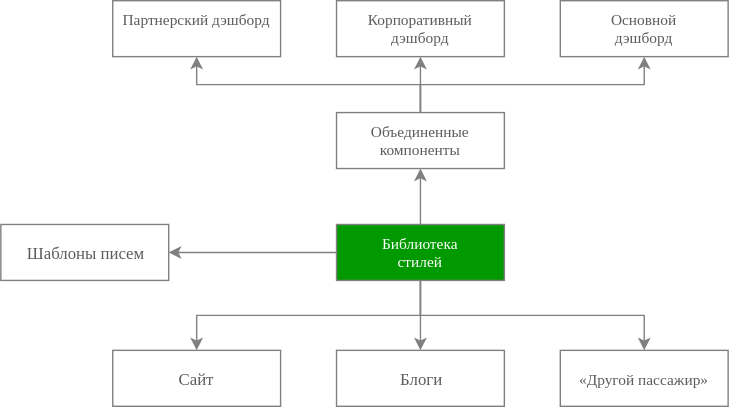
ajile/draw-io keeps this draw.io diagram as abubaca.svg. Above is the earlier version. Source tidied: cells renumbered, new cells last; positions are measured from the earlier drawing's top-left corner, leaving out a move shared by most shapes. The source it was exported from:
```xml
<mxGraphModel background="#ffffff">
  <root>
    <mxCell id="0" />
    <mxCell id="1" parent="0" />
    <mxCell id="2" value="Сайт&lt;br&gt;" style="rounded=0;whiteSpace=wrap;html=1;shadow=0;strokeColor=#808080;strokeWidth=1;fillColor=#ffffff;gradientColor=none;fontFamily=Verdana;fontSize=12;fontColor=#5C5C5C;align=center;" parent="1" vertex="1">
      <mxGeometry x="80" y="250" width="120" height="40" as="geometry" />
    </mxCell>
    <mxCell id="3" value="Блоги&lt;br&gt;" style="rounded=0;whiteSpace=wrap;html=1;shadow=0;strokeColor=#808080;strokeWidth=1;fillColor=#ffffff;gradientColor=none;fontFamily=Verdana;fontSize=12;fontColor=#5C5C5C;align=center;" parent="1" vertex="1">
      <mxGeometry x="240" y="250" width="120" height="40" as="geometry" />
    </mxCell>
    <mxCell id="4" value="«Другой пассажир»&lt;br style=&quot;font-size: 11px;&quot;&gt;" style="rounded=0;whiteSpace=wrap;html=1;shadow=0;strokeColor=#808080;strokeWidth=1;fillColor=#ffffff;gradientColor=none;fontFamily=Verdana;fontSize=11;fontColor=#5C5C5C;align=center;" parent="1" vertex="1">
      <mxGeometry x="400" y="250" width="120" height="40" as="geometry" />
    </mxCell>
    <mxCell id="5" value="Партнерский дэшборд&lt;br style=&quot;font-size: 11px&quot;&gt;" style="rounded=0;whiteSpace=wrap;html=1;shadow=0;strokeColor=#808080;strokeWidth=1;fillColor=#ffffff;gradientColor=none;fontFamily=Verdana;fontSize=11;fontColor=#5C5C5C;align=center;" parent="1" vertex="1">
      <mxGeometry x="80" width="120" height="40" as="geometry" />
    </mxCell>
    <mxCell id="6" value="Корпоративный дэшборд&lt;br style=&quot;font-size: 11px&quot;&gt;" style="rounded=0;whiteSpace=wrap;html=1;shadow=0;strokeColor=#808080;strokeWidth=1;fillColor=#ffffff;gradientColor=none;fontFamily=Verdana;fontSize=11;fontColor=#5C5C5C;align=center;" parent="1" vertex="1">
      <mxGeometry x="240" width="120" height="40" as="geometry" />
    </mxCell>
    <mxCell id="7" value="Основной&lt;br&gt;дэшборд&lt;br style=&quot;font-size: 11px&quot;&gt;" style="rounded=0;whiteSpace=wrap;html=1;shadow=0;strokeColor=#808080;strokeWidth=1;fillColor=#ffffff;gradientColor=none;fontFamily=Verdana;fontSize=11;fontColor=#5C5C5C;align=center;" parent="1" vertex="1">
      <mxGeometry x="400" width="120" height="40" as="geometry" />
    </mxCell>
    <mxCell id="8" style="edgeStyle=orthogonalEdgeStyle;rounded=0;html=1;entryX=0.5;entryY=1;labelBackgroundColor=none;startArrow=none;startFill=0;endArrow=classic;endFill=1;jettySize=auto;strokeColor=#808080;strokeWidth=1;fontFamily=Verdana;fontSize=11;fontColor=#FFFFFF;exitX=0.5;exitY=0;" parent="1" edge="1" source="11" target="5">
      <mxGeometry relative="1" as="geometry" />
    </mxCell>
    <mxCell id="9" style="edgeStyle=orthogonalEdgeStyle;rounded=0;html=1;labelBackgroundColor=none;startArrow=none;startFill=0;endArrow=classic;endFill=1;jettySize=auto;strokeColor=#808080;strokeWidth=1;fontFamily=Verdana;fontSize=11;fontColor=#FFFFFF;" parent="1" edge="1" source="11" target="6">
      <mxGeometry relative="1" as="geometry" />
    </mxCell>
    <mxCell id="10" style="edgeStyle=orthogonalEdgeStyle;rounded=0;html=1;labelBackgroundColor=none;startArrow=none;startFill=0;endArrow=classic;endFill=1;jettySize=auto;strokeColor=#808080;strokeWidth=1;fontFamily=Verdana;fontSize=11;fontColor=#FFFFFF;exitX=0.5;exitY=0;" parent="1" edge="1" source="11" target="7">
      <mxGeometry relative="1" as="geometry" />
    </mxCell>
    <mxCell id="11" value="Объединенные компоненты&lt;br style=&quot;font-size: 11px&quot;&gt;" style="rounded=0;whiteSpace=wrap;html=1;shadow=0;strokeColor=#808080;strokeWidth=1;fillColor=#ffffff;gradientColor=none;fontFamily=Verdana;fontSize=11;fontColor=#5C5C5C;align=center;" parent="1" vertex="1">
      <mxGeometry x="240" y="80" width="120" height="40" as="geometry" />
    </mxCell>
    <mxCell id="12" style="edgeStyle=orthogonalEdgeStyle;rounded=0;html=1;labelBackgroundColor=none;startArrow=none;startFill=0;endArrow=classic;endFill=1;jettySize=auto;strokeColor=#808080;strokeWidth=1;fontFamily=Verdana;fontSize=11;fontColor=#FFFFFF;" parent="1" edge="1" source="17" target="11">
      <mxGeometry relative="1" as="geometry" />
    </mxCell>
    <mxCell id="13" style="edgeStyle=orthogonalEdgeStyle;rounded=0;html=1;entryX=0.5;entryY=0;labelBackgroundColor=none;startArrow=none;startFill=0;endArrow=classic;endFill=1;jettySize=auto;strokeColor=#808080;strokeWidth=1;fontFamily=Verdana;fontSize=11;fontColor=#FFFFFF;exitX=0.5;exitY=1;" parent="1" edge="1" source="17" target="4">
      <mxGeometry relative="1" as="geometry" />
    </mxCell>
    <mxCell id="14" style="edgeStyle=orthogonalEdgeStyle;rounded=0;html=1;labelBackgroundColor=none;startArrow=none;startFill=0;endArrow=classic;endFill=1;jettySize=auto;strokeColor=#808080;strokeWidth=1;fontFamily=Verdana;fontSize=11;fontColor=#FFFFFF;" parent="1" edge="1" source="17" target="3">
      <mxGeometry relative="1" as="geometry" />
    </mxCell>
    <mxCell id="15" style="edgeStyle=orthogonalEdgeStyle;rounded=0;html=1;labelBackgroundColor=none;startArrow=none;startFill=0;endArrow=classic;endFill=1;jettySize=auto;strokeColor=#808080;strokeWidth=1;fontFamily=Verdana;fontSize=11;fontColor=#FFFFFF;exitX=0.5;exitY=1;" parent="1" edge="1" source="17" target="2">
      <mxGeometry relative="1" as="geometry" />
    </mxCell>
    <mxCell id="16" style="edgeStyle=orthogonalEdgeStyle;rounded=0;html=1;entryX=1;entryY=0.5;labelBackgroundColor=none;startArrow=none;startFill=0;endArrow=classic;endFill=1;jettySize=auto;strokeColor=#808080;strokeWidth=1;fontFamily=Verdana;fontSize=11;fontColor=#FFFFFF;" parent="1" edge="1" source="17" target="18">
      <mxGeometry relative="1" as="geometry" />
    </mxCell>
    <mxCell id="17" value="Библиотека&lt;br&gt;стилей&lt;br style=&quot;font-size: 11px&quot;&gt;" style="rounded=0;whiteSpace=wrap;html=1;shadow=0;strokeColor=#808080;strokeWidth=1;fillColor=#009900;gradientColor=none;fontFamily=Verdana;fontSize=11;fontColor=#FFFFFF;align=center;" parent="1" vertex="1">
      <mxGeometry x="240" y="160" width="120" height="40" as="geometry" />
    </mxCell>
    <mxCell id="18" value="Шаблоны писем&lt;br&gt;" style="rounded=0;whiteSpace=wrap;html=1;shadow=0;strokeColor=#808080;strokeWidth=1;fillColor=#ffffff;gradientColor=none;fontFamily=Verdana;fontSize=12;fontColor=#5C5C5C;align=center;" parent="1" vertex="1">
      <mxGeometry y="160" width="120" height="40" as="geometry" />
    </mxCell>
  </root>
</mxGraphModel>
```
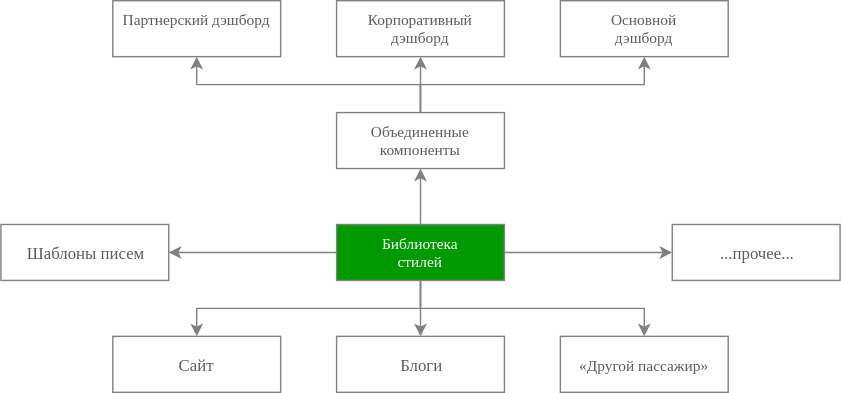
The same diagram one commit later.

Change to the diagram source:
```diff
@@ -3,13 +3,13 @@
     <mxCell id="0" />
     <mxCell id="1" parent="0" />
     <mxCell id="2" value="Сайт&lt;br&gt;" style="rounded=0;whiteSpace=wrap;html=1;shadow=0;strokeColor=#808080;strokeWidth=1;fillColor=#ffffff;gradientColor=none;fontFamily=Verdana;fontSize=12;fontColor=#5C5C5C;align=center;" parent="1" vertex="1">
-      <mxGeometry x="80" y="250" width="120" height="40" as="geometry" />
+      <mxGeometry x="80" y="240" width="120" height="40" as="geometry" />
     </mxCell>
     <mxCell id="3" value="Блоги&lt;br&gt;" style="rounded=0;whiteSpace=wrap;html=1;shadow=0;strokeColor=#808080;strokeWidth=1;fillColor=#ffffff;gradientColor=none;fontFamily=Verdana;fontSize=12;fontColor=#5C5C5C;align=center;" parent="1" vertex="1">
-      <mxGeometry x="240" y="250" width="120" height="40" as="geometry" />
+      <mxGeometry x="240" y="240" width="120" height="40" as="geometry" />
     </mxCell>
     <mxCell id="4" value="«Другой пассажир»&lt;br style=&quot;font-size: 11px;&quot;&gt;" style="rounded=0;whiteSpace=wrap;html=1;shadow=0;strokeColor=#808080;strokeWidth=1;fillColor=#ffffff;gradientColor=none;fontFamily=Verdana;fontSize=11;fontColor=#5C5C5C;align=center;" parent="1" vertex="1">
-      <mxGeometry x="400" y="250" width="120" height="40" as="geometry" />
+      <mxGeometry x="400" y="240" width="120" height="40" as="geometry" />
     </mxCell>
     <mxCell id="5" value="Партнерский дэшборд&lt;br style=&quot;font-size: 11px&quot;&gt;" style="rounded=0;whiteSpace=wrap;html=1;shadow=0;strokeColor=#808080;strokeWidth=1;fillColor=#ffffff;gradientColor=none;fontFamily=Verdana;fontSize=11;fontColor=#5C5C5C;align=center;" parent="1" vertex="1">
       <mxGeometry x="80" width="120" height="40" as="geometry" />
@@ -47,11 +47,17 @@
     <mxCell id="16" style="edgeStyle=orthogonalEdgeStyle;rounded=0;html=1;entryX=1;entryY=0.5;labelBackgroundColor=none;startArrow=none;startFill=0;endArrow=classic;endFill=1;jettySize=auto;strokeColor=#808080;strokeWidth=1;fontFamily=Verdana;fontSize=11;fontColor=#FFFFFF;" parent="1" edge="1" source="17" target="18">
       <mxGeometry relative="1" as="geometry" />
     </mxCell>
+    <mxCell id="19" style="edgeStyle=orthogonalEdgeStyle;rounded=0;html=1;labelBackgroundColor=none;startArrow=none;startFill=0;endArrow=classic;endFill=1;jettySize=auto;strokeColor=#808080;strokeWidth=1;fontFamily=Verdana;fontSize=11;fontColor=#FFFFFF;" parent="1" edge="1" source="17" target="20">
+      <mxGeometry relative="1" as="geometry" />
+    </mxCell>
     <mxCell id="17" value="Библиотека&lt;br&gt;стилей&lt;br style=&quot;font-size: 11px&quot;&gt;" style="rounded=0;whiteSpace=wrap;html=1;shadow=0;strokeColor=#808080;strokeWidth=1;fillColor=#009900;gradientColor=none;fontFamily=Verdana;fontSize=11;fontColor=#FFFFFF;align=center;" parent="1" vertex="1">
       <mxGeometry x="240" y="160" width="120" height="40" as="geometry" />
     </mxCell>
     <mxCell id="18" value="Шаблоны писем&lt;br&gt;" style="rounded=0;whiteSpace=wrap;html=1;shadow=0;strokeColor=#808080;strokeWidth=1;fillColor=#ffffff;gradientColor=none;fontFamily=Verdana;fontSize=12;fontColor=#5C5C5C;align=center;" parent="1" vertex="1">
       <mxGeometry y="160" width="120" height="40" as="geometry" />
     </mxCell>
+    <mxCell id="20" value="...прочее..." style="rounded=0;whiteSpace=wrap;html=1;shadow=0;strokeColor=#808080;strokeWidth=1;fillColor=#ffffff;gradientColor=none;fontFamily=Verdana;fontSize=12;fontColor=#5C5C5C;align=center;" parent="1" vertex="1">
+      <mxGeometry x="480" y="160" width="120" height="40" as="geometry" />
+    </mxCell>
   </root>
 </mxGraphModel>
```
